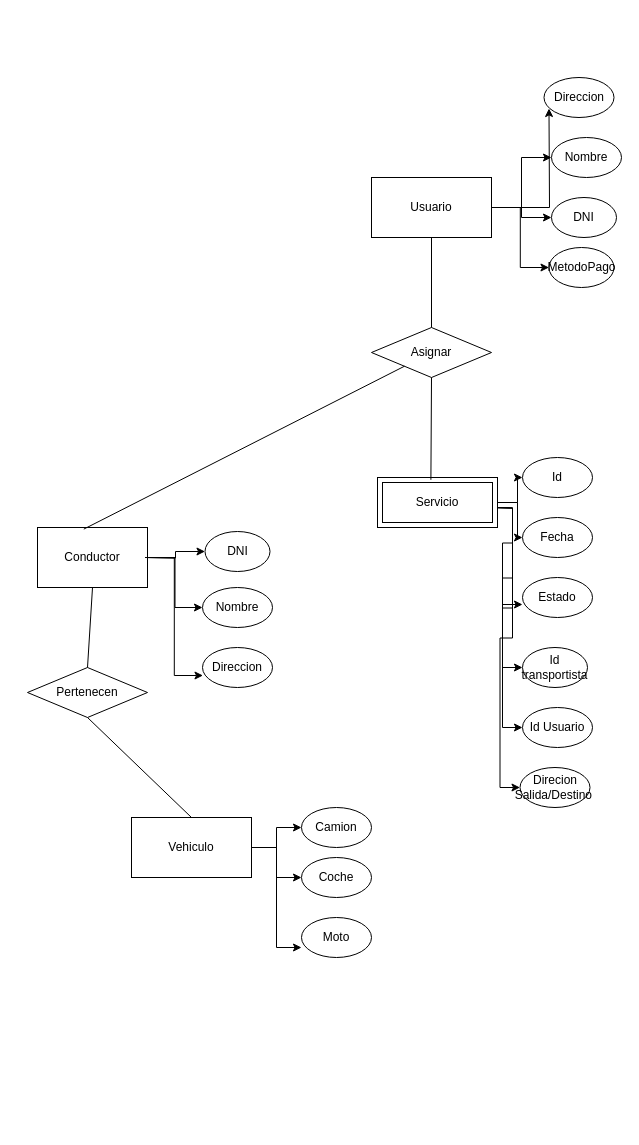
This is page "Página-2" (2 of 3) of Diagrama sin título.drawio from aetior/bd, a draw.io file, before an edit. Source tidied: cells renumbered, new cells numbered last; positions are measured from the earlier drawing's top-left corner, leaving out a move shared by most shapes. Both pictures are drawn from the tidied source at 100%, with x=0, y=0 at pixel (27, 77).
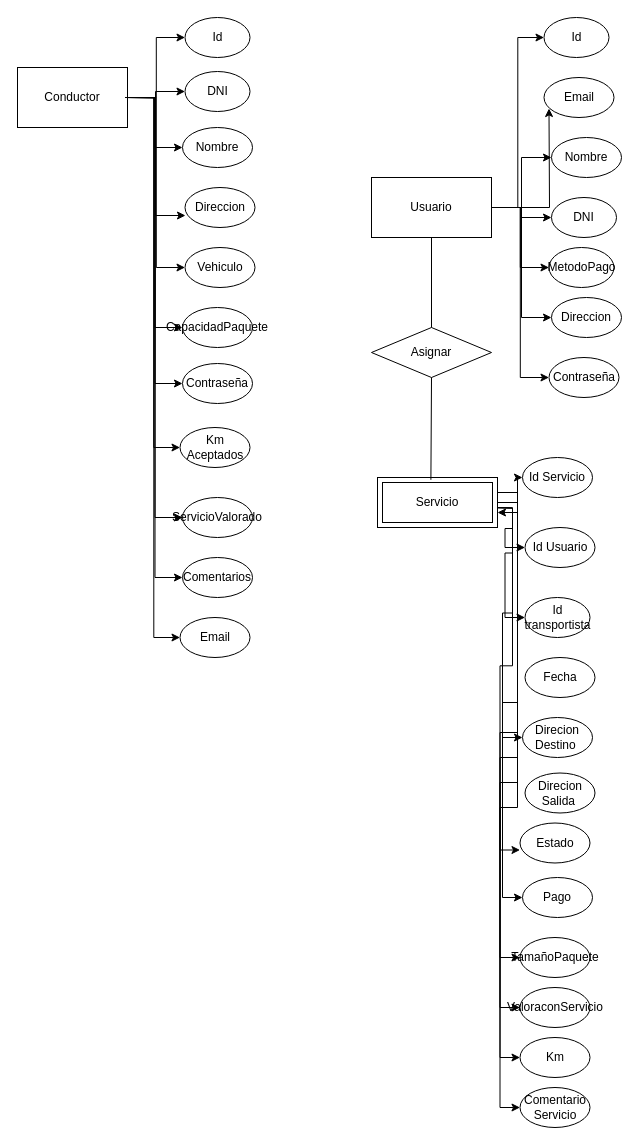
The same diagram, later.

Unchanged cells that the change refers to:
```xml
<mxCell id="6" value="Usuario" style="rounded=0;whiteSpace=wrap;html=1;" parent="1" vertex="1">
  <mxGeometry x="344" y="100" width="120" height="60" as="geometry" />
</mxCell>
<mxCell id="34" value="Asignar" style="rhombus;whiteSpace=wrap;html=1;" parent="1" vertex="1">
  <mxGeometry x="344" y="250" width="120" height="50" as="geometry" />
</mxCell>
<mxCell id="38" value="Servicio" style="shape=ext;margin=3;double=1;whiteSpace=wrap;html=1;align=center;" parent="1" vertex="1">
  <mxGeometry x="350" y="400" width="120" height="50" as="geometry" />
</mxCell>
```

What changed in the source:
```diff
@@
+    <mxCell id="45" style="edgeStyle=orthogonalEdgeStyle;rounded=0;jettySize=auto;html=1;entryX=0;entryY=0.5;entryDx=0;entryDy=0;" parent="1" edge="1" source="6" target="61">
+      <mxGeometry relative="1" as="geometry" />
+    </mxCell>
+    <mxCell id="46" style="edgeStyle=orthogonalEdgeStyle;rounded=0;jettySize=auto;html=1;entryX=0;entryY=0.5;entryDx=0;entryDy=0;" parent="1" edge="1" source="6" target="65">
+      <mxGeometry relative="1" as="geometry" />
+    </mxCell>
+    <mxCell id="47" style="edgeStyle=orthogonalEdgeStyle;rounded=0;jettySize=auto;html=1;entryX=0;entryY=0.5;entryDx=0;entryDy=0;" parent="1" edge="1" source="6" target="66">
+      <mxGeometry relative="1" as="geometry" />
+    </mxCell>
@@
-    <mxCell id="10" style="edgeStyle=orthogonalEdgeStyle;rounded=0;jettySize=auto;html=1;" parent="1" edge="1" source="12" target="18">
-      <mxGeometry relative="1" as="geometry" />
-    </mxCell>
-    <mxCell id="11" style="edgeStyle=orthogonalEdgeStyle;rounded=0;jettySize=auto;html=1;" parent="1" edge="1" source="12" target="20">
-      <mxGeometry relative="1" as="geometry" />
-    </mxCell>
-    <mxCell id="12" value="Vehiculo" style="rounded=0;whiteSpace=wrap;html=1;" parent="1" vertex="1">
-      <mxGeometry x="104" y="740" width="120" height="60" as="geometry" />
-    </mxCell>
     <mxCell id="13" style="edgeStyle=orthogonalEdgeStyle;rounded=0;jettySize=auto;html=1;" parent="1" edge="1" target="21">
       <mxGeometry relative="1" as="geometry">
-        <mxPoint x="117.5" y="480" as="sourcePoint" />
+        <mxPoint x="97.5" y="20" as="sourcePoint" />
       </mxGeometry>
     </mxCell>
@@
+    <mxCell id="48" style="edgeStyle=orthogonalEdgeStyle;rounded=0;jettySize=auto;html=1;entryX=0;entryY=0.5;entryDx=0;entryDy=0;" parent="1" edge="1" source="15" target="18">
+      <mxGeometry relative="1" as="geometry" />
+    </mxCell>
+    <mxCell id="49" style="edgeStyle=orthogonalEdgeStyle;rounded=0;jettySize=auto;html=1;entryX=0;entryY=0.5;entryDx=0;entryDy=0;" parent="1" edge="1" source="15" target="62">
+      <mxGeometry relative="1" as="geometry" />
+    </mxCell>
+    <mxCell id="50" style="edgeStyle=orthogonalEdgeStyle;rounded=0;jettySize=auto;html=1;entryX=0;entryY=0.5;entryDx=0;entryDy=0;" parent="1" edge="1" source="15" target="64">
+      <mxGeometry relative="1" as="geometry" />
+    </mxCell>
+    <mxCell id="51" style="edgeStyle=orthogonalEdgeStyle;rounded=0;jettySize=auto;html=1;entryX=0;entryY=0.5;entryDx=0;entryDy=0;" parent="1" edge="1" source="15" target="67">
+      <mxGeometry relative="1" as="geometry" />
+    </mxCell>
+    <mxCell id="52" style="edgeStyle=orthogonalEdgeStyle;rounded=0;jettySize=auto;html=1;entryX=0;entryY=0.5;entryDx=0;entryDy=0;" parent="1" edge="1" source="15" target="68">
+      <mxGeometry relative="1" as="geometry" />
+    </mxCell>
+    <mxCell id="53" style="edgeStyle=orthogonalEdgeStyle;rounded=0;jettySize=auto;html=1;entryX=0;entryY=0.5;entryDx=0;entryDy=0;" parent="1" edge="1" source="15" target="70">
+      <mxGeometry relative="1" as="geometry" />
+    </mxCell>
+    <mxCell id="54" style="edgeStyle=orthogonalEdgeStyle;rounded=0;jettySize=auto;html=1;entryX=0;entryY=0.5;entryDx=0;entryDy=0;" parent="1" edge="1" source="15" target="72">
+      <mxGeometry relative="1" as="geometry" />
+    </mxCell>
+    <mxCell id="55" style="edgeStyle=orthogonalEdgeStyle;rounded=0;jettySize=auto;html=1;entryX=0;entryY=0.5;entryDx=0;entryDy=0;" parent="1" edge="1" source="15" target="73">
+      <mxGeometry relative="1" as="geometry" />
+    </mxCell>
     <mxCell id="15" value="Conductor" style="rounded=0;whiteSpace=wrap;html=1;" parent="1" vertex="1">
-      <mxGeometry x="10" y="450" width="110" height="60" as="geometry" />
+      <mxGeometry x="-10" y="-10" width="110" height="60" as="geometry" />
     </mxCell>
@@
-    <mxCell id="18" value="Camion" style="ellipse;whiteSpace=wrap;html=1;" parent="1" vertex="1">
-      <mxGeometry x="274" y="730" width="70" height="40" as="geometry" />
+    <mxCell id="18" value="Vehiculo" style="ellipse;whiteSpace=wrap;html=1;" parent="1" vertex="1">
+      <mxGeometry x="157.5" y="170" width="70" height="40" as="geometry" />
     </mxCell>
-    <mxCell id="19" value="Moto" style="ellipse;whiteSpace=wrap;html=1;" parent="1" vertex="1">
-      <mxGeometry x="274" y="840" width="70" height="40" as="geometry" />
-    </mxCell>
-    <mxCell id="20" value="Coche" style="ellipse;whiteSpace=wrap;html=1;" parent="1" vertex="1">
-      <mxGeometry x="274" y="780" width="70" height="40" as="geometry" />
-    </mxCell>
     <mxCell id="21" value="DNI" style="ellipse;whiteSpace=wrap;html=1;" parent="1" vertex="1">
-      <mxGeometry x="177.5" y="454" width="65" height="40" as="geometry" />
+      <mxGeometry x="157.5" y="-6" width="65" height="40" as="geometry" />
     </mxCell>
-    <mxCell id="22" style="edgeStyle=orthogonalEdgeStyle;rounded=0;jettySize=auto;html=1;entryX=0;entryY=0.75;entryDx=0;entryDy=0;entryPerimeter=0;" parent="1" edge="1" source="12" target="19">
-      <mxGeometry relative="1" as="geometry" />
-    </mxCell>
-    <mxCell id="23" value="Direccion&lt;br&gt;" style="ellipse;whiteSpace=wrap;html=1;" parent="1" vertex="1">
+    <mxCell id="23" value="Email" style="ellipse;whiteSpace=wrap;html=1;" parent="1" vertex="1">
       <mxGeometry x="516.5" width="70" height="40" as="geometry" />
     </mxCell>
     <mxCell id="24" value="Nombre" style="ellipse;whiteSpace=wrap;html=1;" parent="1" vertex="1">
-      <mxGeometry x="175" y="510" width="70" height="40" as="geometry" />
+      <mxGeometry x="155" y="50" width="70" height="40" as="geometry" />
     </mxCell>
     <mxCell id="25" value="Direccion&lt;br&gt;" style="ellipse;whiteSpace=wrap;html=1;" parent="1" vertex="1">
-      <mxGeometry x="175" y="570" width="70" height="40" as="geometry" />
+      <mxGeometry x="157.5" y="110" width="70" height="40" as="geometry" />
     </mxCell>
     <mxCell id="26" style="edgeStyle=orthogonalEdgeStyle;rounded=0;jettySize=auto;html=1;entryX=0.007;entryY=0.7;entryDx=0;entryDy=0;entryPerimeter=0;" parent="1" edge="1" target="25">
       <mxGeometry relative="1" as="geometry">
-        <mxPoint x="117.5" y="480" as="sourcePoint" />
+        <mxPoint x="97.5" y="20" as="sourcePoint" />
       </mxGeometry>
     </mxCell>
     <mxCell id="27" value="Estado" style="ellipse;whiteSpace=wrap;html=1;" parent="1" vertex="1">
-      <mxGeometry x="495" y="500" width="70" height="40" as="geometry" />
+      <mxGeometry x="492.5" y="745.5" width="70" height="40" as="geometry" />
     </mxCell>
     <mxCell id="28" value="Fecha" style="ellipse;whiteSpace=wrap;html=1;" parent="1" vertex="1">
-      <mxGeometry x="495" y="440" width="70" height="40" as="geometry" />
+      <mxGeometry x="497.5" y="580" width="70" height="40" as="geometry" />
     </mxCell>
-    <mxCell id="29" value="Id" style="ellipse;whiteSpace=wrap;html=1;" parent="1" vertex="1">
+    <mxCell id="29" value="Id Servicio" style="ellipse;whiteSpace=wrap;html=1;" parent="1" vertex="1">
       <mxGeometry x="495" y="380" width="70" height="40" as="geometry" />
     </mxCell>
@@
     <mxCell id="31" value="Id transportista" style="ellipse;whiteSpace=wrap;html=1;" parent="1" vertex="1">
-      <mxGeometry x="495" y="570" width="65" height="40" as="geometry" />
+      <mxGeometry x="497.5" y="520" width="65" height="40" as="geometry" />
     </mxCell>
     <mxCell id="32" value="Id Usuario" style="ellipse;whiteSpace=wrap;html=1;" parent="1" vertex="1">
-      <mxGeometry x="495" y="630" width="70" height="40" as="geometry" />
+      <mxGeometry x="497.5" y="450" width="70" height="40" as="geometry" />
     </mxCell>
-    <mxCell id="33" value="Direcion Salida/Destino&amp;nbsp;" style="ellipse;whiteSpace=wrap;html=1;" parent="1" vertex="1">
-      <mxGeometry x="492.5" y="690" width="70" height="40" as="geometry" />
+    <mxCell id="33" value="Direcion Destino&amp;nbsp;" style="ellipse;whiteSpace=wrap;html=1;" parent="1" vertex="1">
+      <mxGeometry x="495" y="640" width="70" height="40" as="geometry" />
     </mxCell>
@@
-    <mxCell id="37" style="edgeStyle=orthogonalEdgeStyle;rounded=0;jettySize=auto;html=1;" parent="1" edge="1" source="38" target="28">
-      <mxGeometry relative="1" as="geometry" />
-    </mxCell>
+    <mxCell id="56" style="edgeStyle=orthogonalEdgeStyle;rounded=0;jettySize=auto;html=1;entryX=0;entryY=0.5;entryDx=0;entryDy=0;" parent="1" edge="1" source="38" target="63">
+      <mxGeometry relative="1" as="geometry" />
+    </mxCell>
+    <mxCell id="57" style="edgeStyle=orthogonalEdgeStyle;rounded=0;jettySize=auto;html=1;entryX=0;entryY=0.5;entryDx=0;entryDy=0;" parent="1" edge="1" source="38" target="69">
+      <mxGeometry relative="1" as="geometry" />
+    </mxCell>
+    <mxCell id="58" style="edgeStyle=orthogonalEdgeStyle;rounded=0;jettySize=auto;html=1;entryX=0;entryY=0.5;entryDx=0;entryDy=0;" parent="1" edge="1" source="38" target="74">
+      <mxGeometry relative="1" as="geometry" />
+    </mxCell>
+    <mxCell id="59" style="edgeStyle=orthogonalEdgeStyle;rounded=0;jettySize=auto;html=1;entryX=0;entryY=0.5;entryDx=0;entryDy=0;" parent="1" edge="1" source="38" target="76">
+      <mxGeometry relative="1" as="geometry" />
+    </mxCell>
+    <mxCell id="60" style="edgeStyle=orthogonalEdgeStyle;rounded=0;jettySize=auto;html=1;entryX=0;entryY=0.5;entryDx=0;entryDy=0;" parent="1" edge="1" source="38" target="77">
+      <mxGeometry relative="1" as="geometry" />
+    </mxCell>
@@
-    <mxCell id="39" value="Pertenecen" style="rhombus;whiteSpace=wrap;html=1;" parent="1" vertex="1">
-      <mxGeometry y="590" width="120" height="50" as="geometry" />
-    </mxCell>
-    <mxCell id="40" style="endArrow=none;html=1;rounded=0;exitX=0.5;exitY=0;exitDx=0;exitDy=0;entryX=0.5;entryY=1;entryDx=0;entryDy=0;" parent="1" edge="1" source="39" target="15">
-      <mxGeometry relative="1" as="geometry" />
-    </mxCell>
-    <mxCell id="41" style="endArrow=none;html=1;rounded=0;exitX=0.421;exitY=0.027;exitDx=0;exitDy=0;exitPerimeter=0;" parent="1" edge="1" source="15" target="34">
-      <mxGeometry relative="1" as="geometry" />
-    </mxCell>
@@
-    <mxCell id="44" style="endArrow=none;html=1;rounded=0;entryX=0.5;entryY=0;entryDx=0;entryDy=0;exitX=0.5;exitY=1;exitDx=0;exitDy=0;" parent="1" edge="1" source="39" target="12">
-      <mxGeometry relative="1" as="geometry" />
-    </mxCell>
+    <mxCell id="61" value="Direccion&lt;br&gt;" style="ellipse;whiteSpace=wrap;html=1;" parent="1" vertex="1">
+      <mxGeometry x="524" y="220" width="70" height="40" as="geometry" />
+    </mxCell>
+    <mxCell id="62" value="CapacidadPaquete&lt;br&gt;" style="ellipse;whiteSpace=wrap;html=1;" parent="1" vertex="1">
+      <mxGeometry x="155" y="230" width="70" height="40" as="geometry" />
+    </mxCell>
+    <mxCell id="63" value="TamañoPaquete" style="ellipse;whiteSpace=wrap;html=1;" parent="1" vertex="1">
+      <mxGeometry x="492.5" y="860" width="70" height="40" as="geometry" />
+    </mxCell>
+    <mxCell id="64" value="Id" style="ellipse;whiteSpace=wrap;html=1;" parent="1" vertex="1">
+      <mxGeometry x="157.5" y="-60" width="65" height="40" as="geometry" />
+    </mxCell>
+    <mxCell id="65" value="Id" style="ellipse;whiteSpace=wrap;html=1;" parent="1" vertex="1">
+      <mxGeometry x="516.5" y="-60" width="65" height="40" as="geometry" />
+    </mxCell>
+    <mxCell id="66" value="Contraseña&lt;br&gt;" style="ellipse;whiteSpace=wrap;html=1;" parent="1" vertex="1">
+      <mxGeometry x="521.5" y="280" width="70" height="40" as="geometry" />
+    </mxCell>
+    <mxCell id="67" value="Contraseña&lt;br&gt;" style="ellipse;whiteSpace=wrap;html=1;" parent="1" vertex="1">
+      <mxGeometry x="155" y="286" width="70" height="40" as="geometry" />
+    </mxCell>
+    <mxCell id="68" value="Km Aceptados" style="ellipse;whiteSpace=wrap;html=1;" parent="1" vertex="1">
+      <mxGeometry x="152.5" y="350" width="70" height="40" as="geometry" />
+    </mxCell>
+    <mxCell id="69" value="ValoraconServicio" style="ellipse;whiteSpace=wrap;html=1;" parent="1" vertex="1">
+      <mxGeometry x="492.5" y="910" width="70" height="40" as="geometry" />
+    </mxCell>
+    <mxCell id="70" value="ServicioValorado" style="ellipse;whiteSpace=wrap;html=1;" parent="1" vertex="1">
+      <mxGeometry x="155" y="420" width="70" height="40" as="geometry" />
+    </mxCell>
+    <mxCell id="71" style="edgeStyle=orthogonalEdgeStyle;rounded=0;orthogonalLoop=1;jettySize=auto;html=1;" parent="1" edge="1" source="38" target="38">
+      <mxGeometry relative="1" as="geometry" />
+    </mxCell>
+    <mxCell id="72" value="Comentarios" style="ellipse;whiteSpace=wrap;html=1;" parent="1" vertex="1">
+      <mxGeometry x="155" y="480" width="70" height="40" as="geometry" />
+    </mxCell>
+    <mxCell id="73" value="Email" style="ellipse;whiteSpace=wrap;html=1;" parent="1" vertex="1">
+      <mxGeometry x="152.5" y="540" width="70" height="40" as="geometry" />
+    </mxCell>
+    <mxCell id="74" value="Pago" style="ellipse;whiteSpace=wrap;html=1;" parent="1" vertex="1">
+      <mxGeometry x="495" y="800" width="70" height="40" as="geometry" />
+    </mxCell>
+    <mxCell id="75" value="Direcion Salida&amp;nbsp;" style="ellipse;whiteSpace=wrap;html=1;" parent="1" vertex="1">
+      <mxGeometry x="497.5" y="695.5" width="70" height="40" as="geometry" />
+    </mxCell>
+    <mxCell id="76" value="Km&lt;br&gt;" style="ellipse;whiteSpace=wrap;html=1;" parent="1" vertex="1">
+      <mxGeometry x="492.5" y="960" width="70" height="40" as="geometry" />
+    </mxCell>
+    <mxCell id="77" value="Comentario Servicio" style="ellipse;whiteSpace=wrap;html=1;" parent="1" vertex="1">
+      <mxGeometry x="492.5" y="1010" width="70" height="40" as="geometry" />
+    </mxCell>
```
